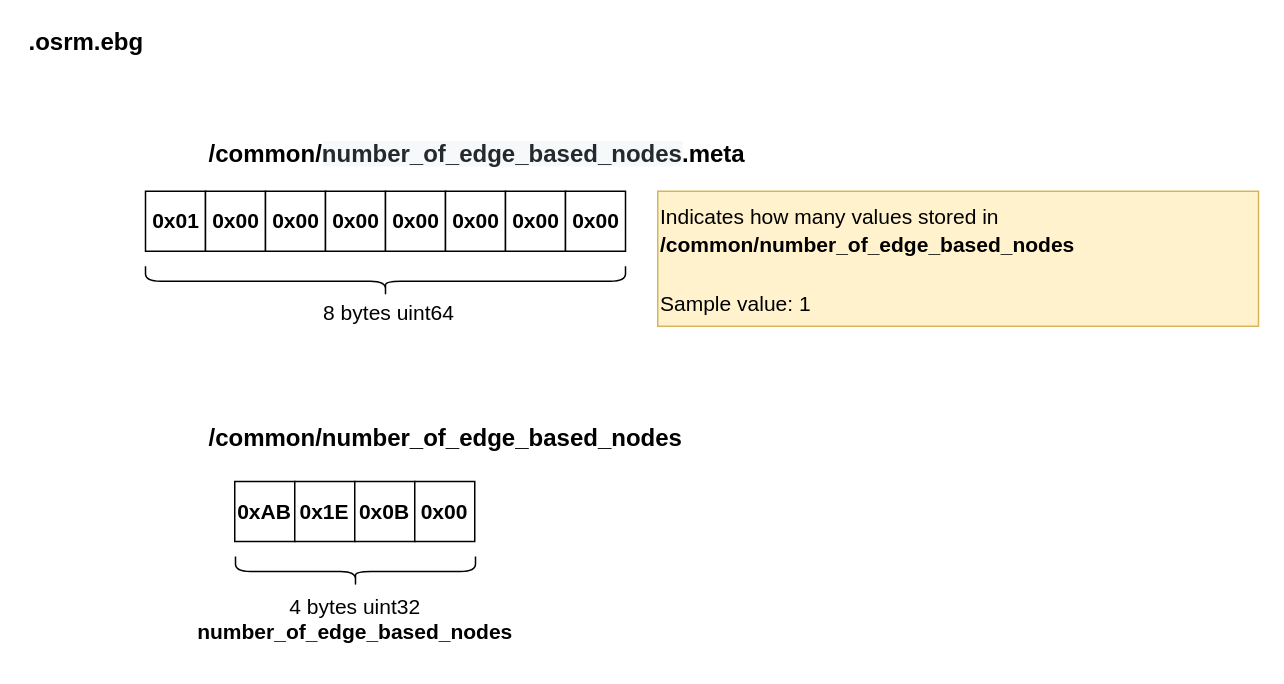
Above: osrm/toolchain-files/map.osrm.ebg.common.number_of_edge_based_nodes.drawio in wangyoucao577/drawio (draw.io), before the change. Source tidied: cells renumbered, new cells numbered last; positions are measured from the earlier drawing's top-left corner, leaving out a move shared by most shapes. Both pictures are drawn from the tidied source at 150%, with x=0, y=0 at pixel (26, 26).
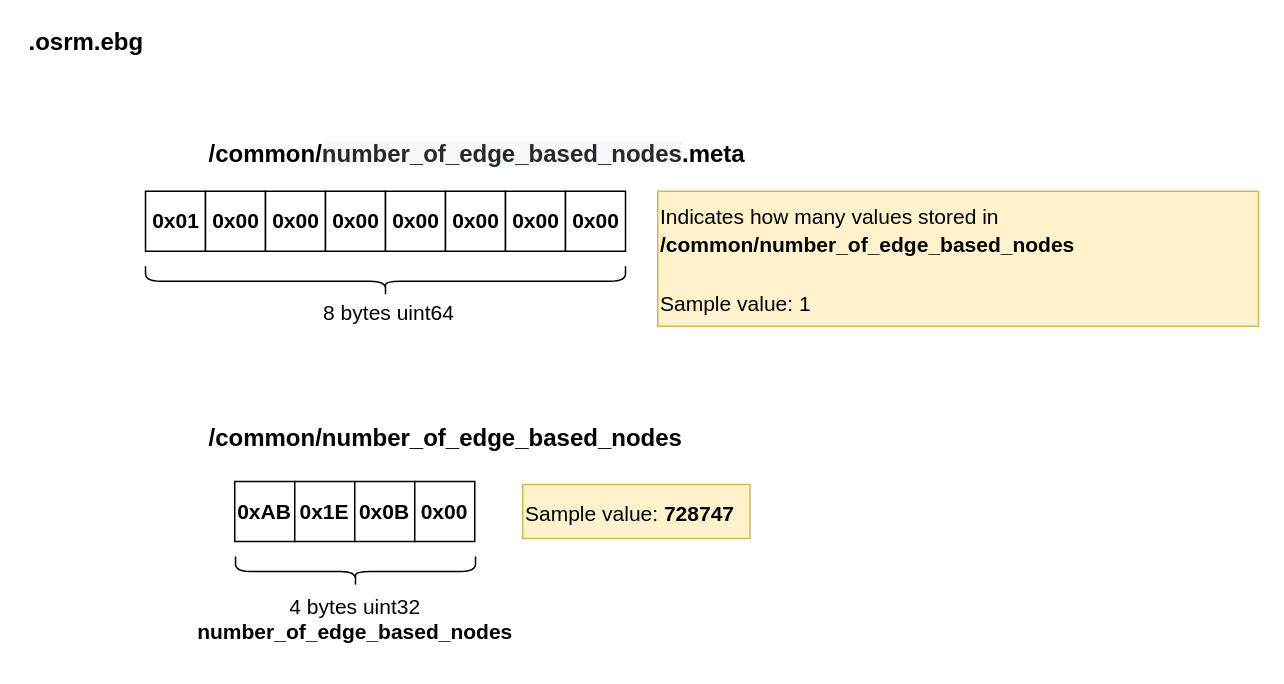
Above is the later version.

What changed in the source:
```diff
@@
+    <mxCell id="22" value="&lt;font&gt;&lt;span style=&quot;font-size: 14px ; font-weight: 400 ; text-align: center&quot;&gt;Sample value:&amp;nbsp;&lt;/span&gt;&lt;font style=&quot;font-size: 14px&quot;&gt;728747&lt;/font&gt;&lt;br&gt;&lt;/font&gt;" style="text;html=1;strokeColor=#d6b656;fillColor=#fff2cc;align=left;verticalAlign=middle;whiteSpace=wrap;rounded=0;fontSize=16;fontStyle=1;" parent="1" vertex="1">
+      <mxGeometry x="331" y="305.5" width="151.5" height="36" as="geometry" />
+    </mxCell>
```
